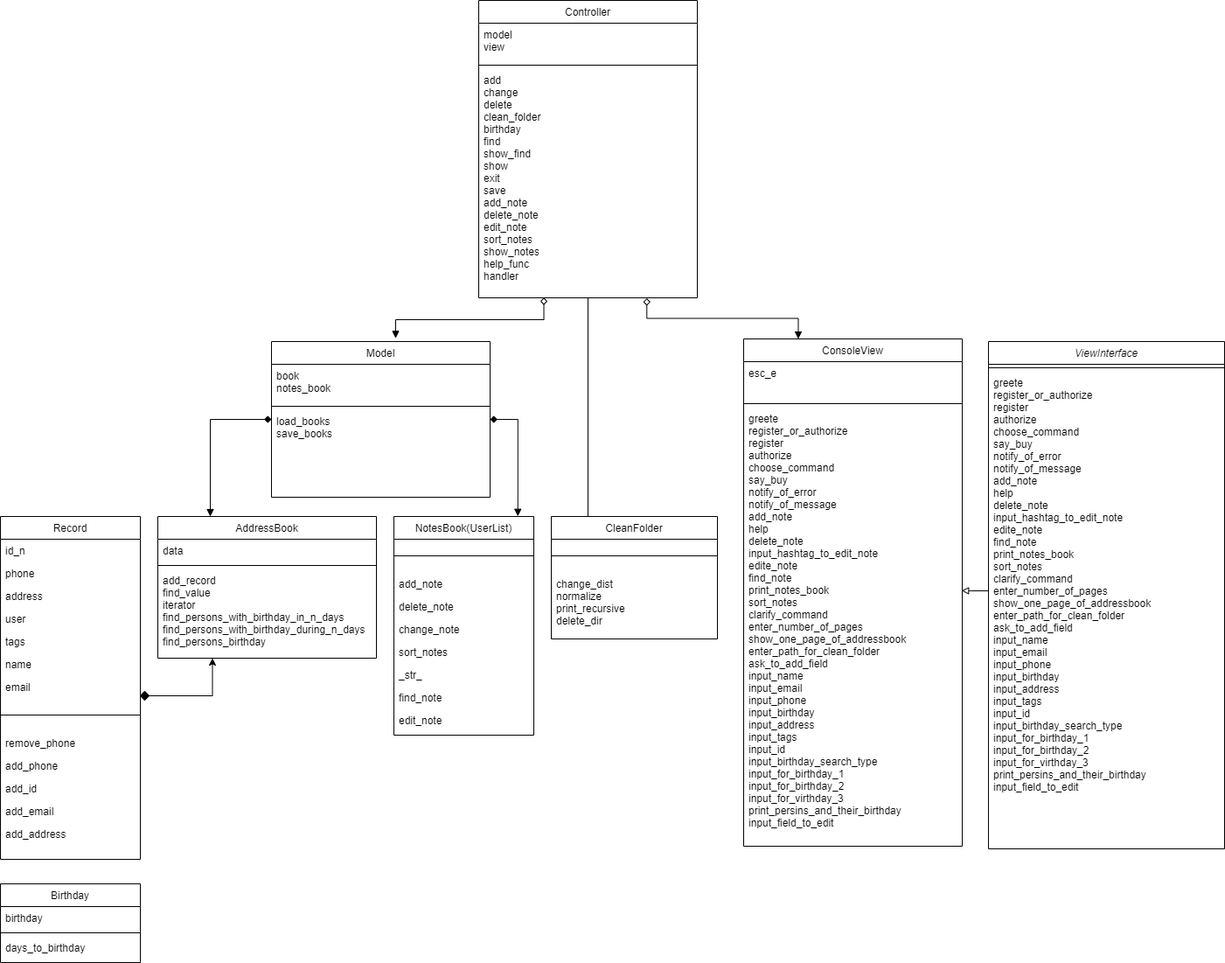
The draw.io diagram Current Classes Diagram.png in anna-khodyka/Helper-project, before a commit. Source tidied: cells renumbered, new cells last; positions are measured from the earlier drawing's top-left corner, leaving out a move shared by most shapes.
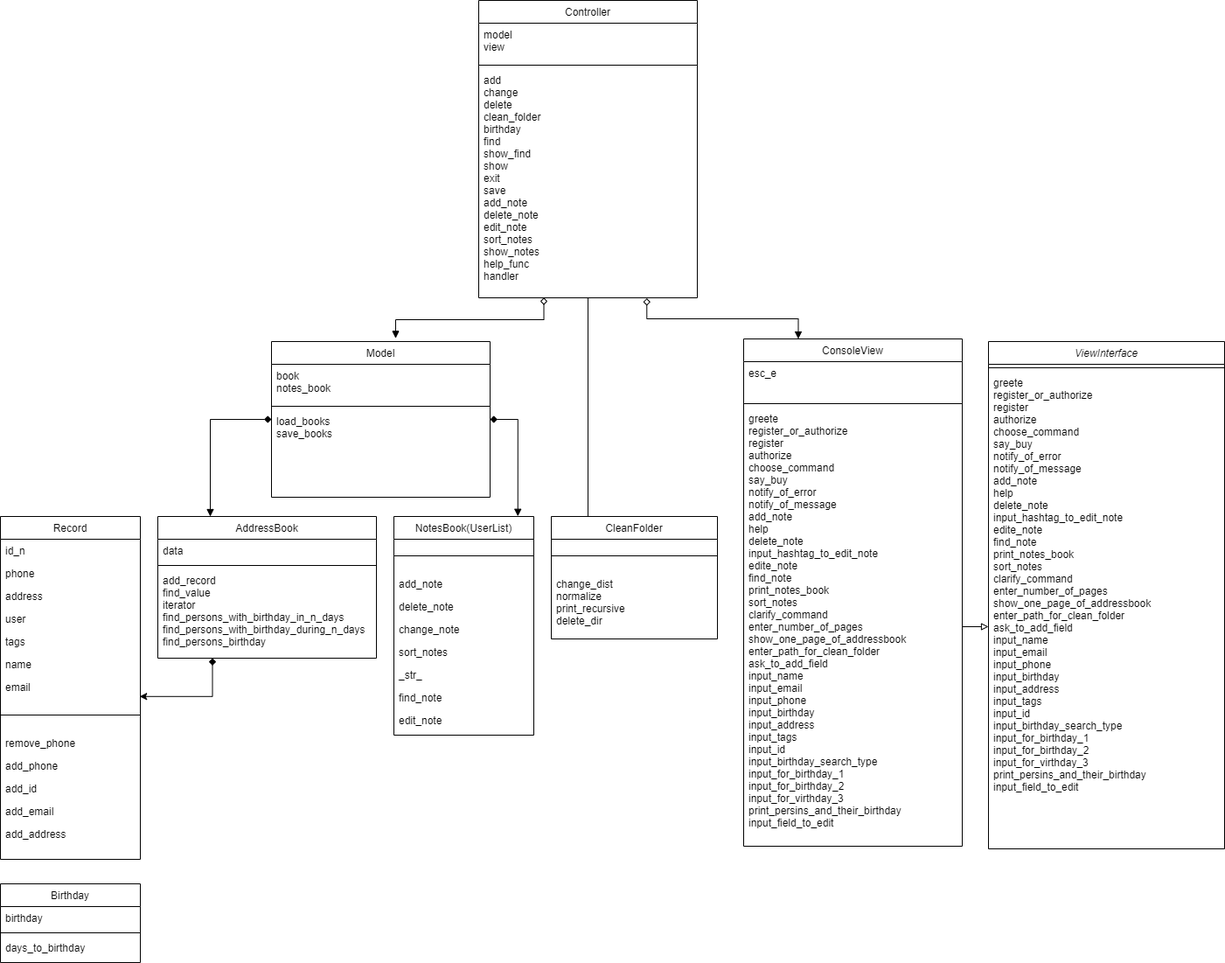
After the commit.

The edit, as a diff of the source:
```diff
@@ -2,6 +2,14 @@
   <root>
     <mxCell id="0" />
     <mxCell id="1" parent="0" />
+    <mxCell id="59" style="edgeStyle=orthogonalEdgeStyle;rounded=0;jettySize=auto;html=1;endArrow=block;endFill=0;" parent="1" edge="1" source="47" target="50">
+      <mxGeometry relative="1" as="geometry">
+        <Array as="points">
+          <mxPoint x="1130" y="716" />
+          <mxPoint x="1130" y="716" />
+        </Array>
+      </mxGeometry>
+    </mxCell>
     <mxCell id="2" value="Record" style="swimlane;fontStyle=0;align=center;verticalAlign=top;horizontal=1;startSize=26;rounded=0;shadow=0;strokeWidth=1;" parent="1" vertex="1">
       <mxGeometry y="590" width="160" height="392" as="geometry" />
     </mxCell>
@@ -95,12 +103,9 @@
     <mxCell id="32" value="edit_note" style="text;align=left;verticalAlign=top;spacingLeft=4;spacingRight=4;overflow=hidden;rounded=0;shadow=0;html=0;" parent="24" vertex="1">
       <mxGeometry y="220" width="160" height="26" as="geometry" />
     </mxCell>
-    <mxCell id="33" style="edgeStyle=orthogonalEdgeStyle;rounded=0;jettySize=auto;html=1;entryX=0.25;entryY=1;entryDx=0;entryDy=0;" parent="1" edge="1" source="34" target="16">
+    <mxCell id="33" style="edgeStyle=orthogonalEdgeStyle;rounded=0;jettySize=auto;html=1;entryX=0.25;entryY=1;entryDx=0;entryDy=0;endArrow=diamond;endFill=1;exitX=0.995;exitY=0.915;exitDx=0;exitDy=0;exitPerimeter=0;startArrow=classic;startFill=1;" parent="1" edge="1" source="9" target="16">
       <mxGeometry relative="1" as="geometry" />
     </mxCell>
-    <mxCell id="34" style="rhombus;whiteSpace=wrap;html=1;fillColor=#000000;" parent="1" vertex="1">
-      <mxGeometry x="160" y="790" width="10" height="10" as="geometry" />
-    </mxCell>
     <mxCell id="35" value="CleanFolder" style="swimlane;fontStyle=0;align=center;verticalAlign=top;horizontal=1;startSize=26;rounded=0;shadow=0;strokeWidth=1;" parent="1" vertex="1">
       <mxGeometry x="630" y="590" width="190" height="140" as="geometry" />
     </mxCell>
@@ -155,9 +160,6 @@
     <mxCell id="50" value="greete&#10;register_or_authorize&#10;register&#10;authorize&#10;choose_command&#10;say_buy&#10;notify_of_error&#10;notify_of_message&#10;add_note&#10;help&#10;delete_note&#10;input_hashtag_to_edit_note&#10;edite_note&#10;find_note&#10;print_notes_book&#10;sort_notes&#10;clarify_command&#10;enter_number_of_pages&#10;show_one_page_of_addressbook&#10;enter_path_for_clean_folder&#10;ask_to_add_field&#10;input_name&#10;input_email&#10;input_phone&#10;input_birthday&#10;input_address&#10;input_tags&#10;input_id&#10;input_birthday_search_type&#10;input_for_birthday_1&#10;input_for_birthday_2&#10;input_for_virthday_3&#10;print_persins_and_their_birthday&#10;input_field_to_edit&#10;" style="text;align=left;verticalAlign=top;spacingLeft=4;spacingRight=4;overflow=hidden;points=[[0,0.5],[1,0.5]];portConstraint=eastwest;" parent="48" vertex="1">
       <mxGeometry y="34" width="270" height="502" as="geometry" />
     </mxCell>
-    <mxCell id="51" style="edgeStyle=orthogonalEdgeStyle;rounded=0;jettySize=auto;html=1;entryX=0.997;entryY=0.418;entryDx=0;entryDy=0;entryPerimeter=0;endArrow=block;endFill=0;" parent="1" edge="1" source="50" target="47">
-      <mxGeometry relative="1" as="geometry" />
-    </mxCell>
     <mxCell id="52" style="edgeStyle=orthogonalEdgeStyle;rounded=0;jettySize=auto;html=1;entryX=0.221;entryY=0;entryDx=0;entryDy=0;entryPerimeter=0;endArrow=none;endFill=0;" parent="1" edge="1" source="55" target="35">
       <mxGeometry relative="1" as="geometry" />
     </mxCell>
@@ -165,7 +167,12 @@
       <mxGeometry relative="1" as="geometry" />
     </mxCell>
     <mxCell id="54" style="edgeStyle=orthogonalEdgeStyle;rounded=0;jettySize=auto;html=1;entryX=0.25;entryY=0;entryDx=0;entryDy=0;startArrow=diamond;startFill=0;endArrow=block;endFill=1;exitX=0.769;exitY=1.002;exitDx=0;exitDy=0;exitPerimeter=0;" parent="1" edge="1" source="58" target="44">
-      <mxGeometry relative="1" as="geometry" />
+      <mxGeometry relative="1" as="geometry">
+        <Array as="points">
+          <mxPoint x="739" y="364" />
+          <mxPoint x="913" y="364" />
+        </Array>
+      </mxGeometry>
     </mxCell>
     <mxCell id="55" value="Controller" style="swimlane;fontStyle=0;align=center;verticalAlign=top;horizontal=1;startSize=26;rounded=0;shadow=0;strokeWidth=1;" parent="1" vertex="1">
       <mxGeometry x="547" width="250" height="340" as="geometry" />
```
